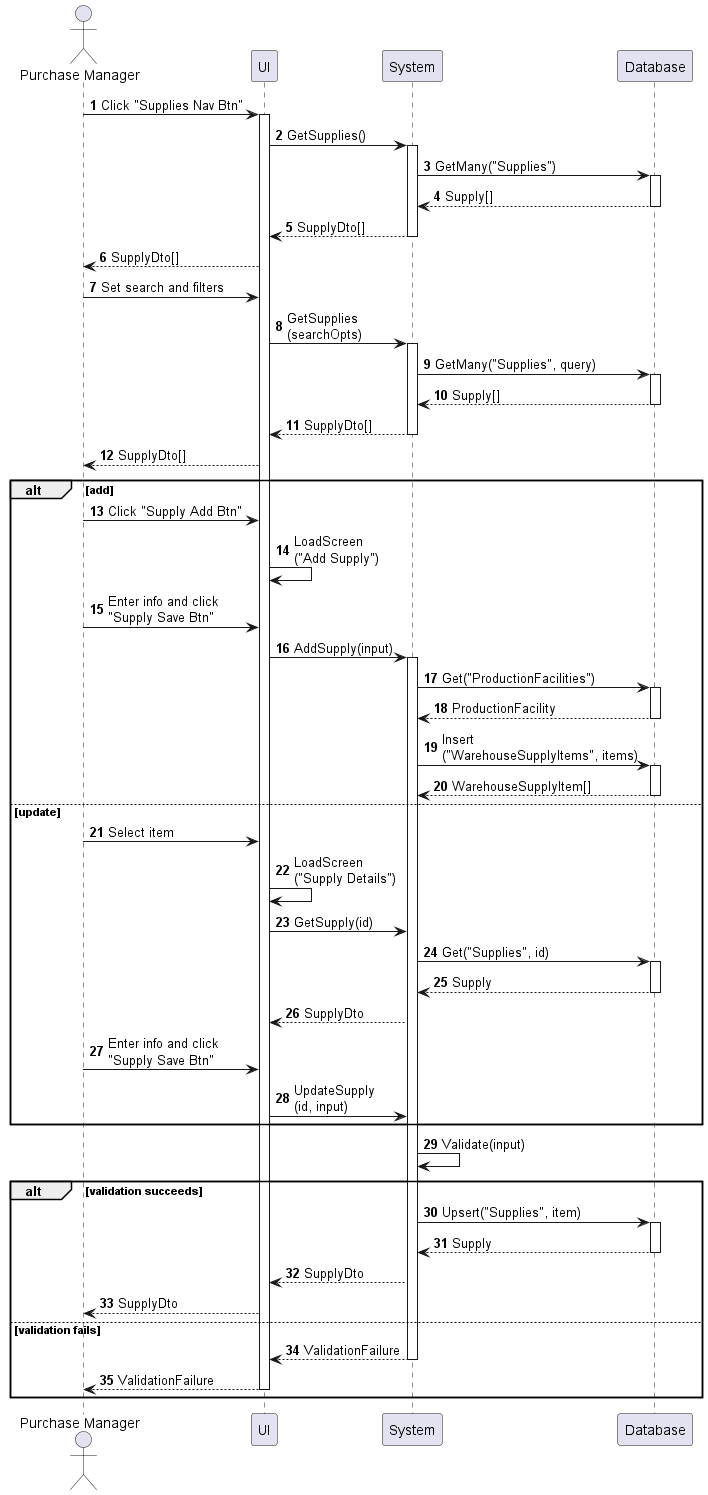
phihungha/scmss-reqs keeps this PlantUML diagram as sequences/supply-enter.png. Above is the earlier version.
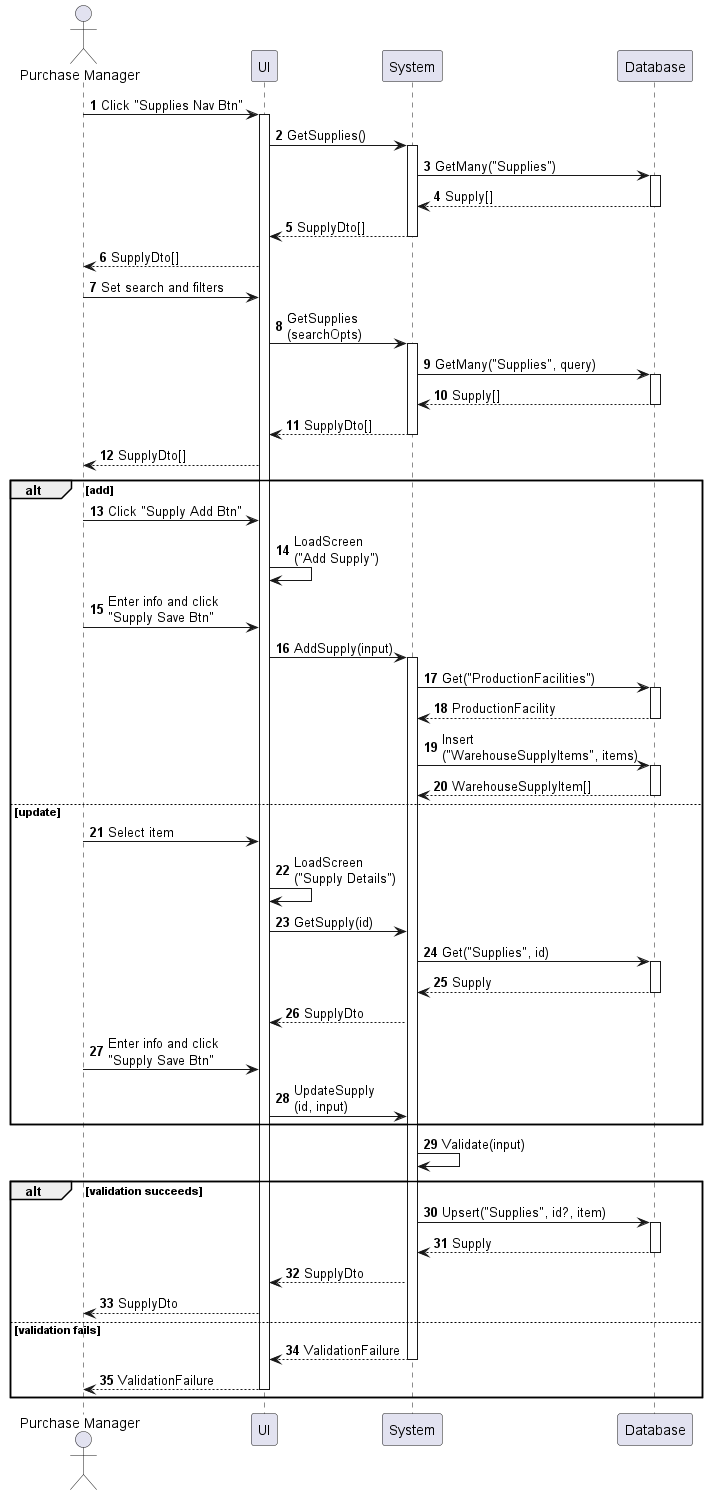
Later version of the same file.

Change to the diagram source:
```diff
@@ -51,7 +51,7 @@
 b -> b : Validate(input)
 
 alt validation succeeds
-    b -> d : Upsert("Supplies", item)
+    b -> d : Upsert("Supplies", id?, item)
     activate d
     return Supply
     b --> f : SupplyDto
```
